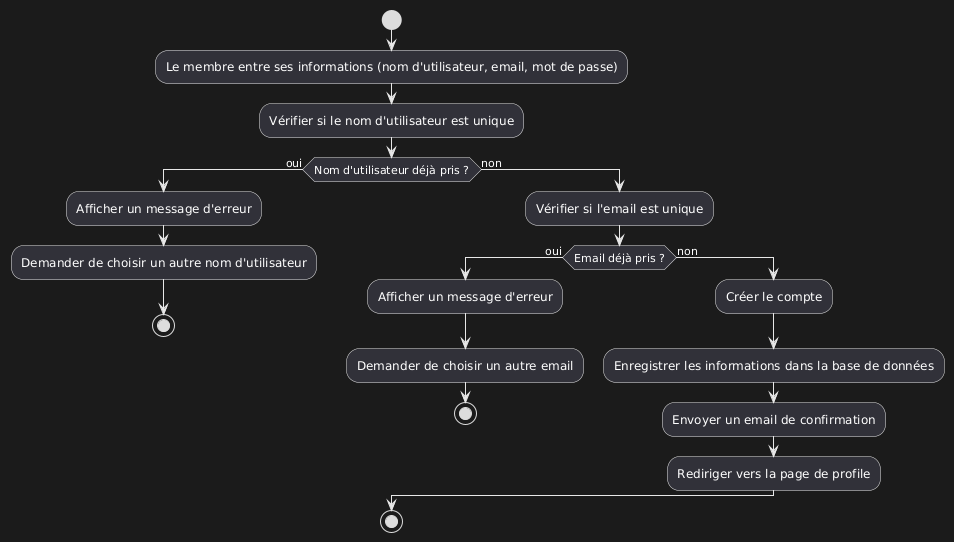
The PlantUML diagram Dossier_Technique/UML/diagram_d'activites/inscription.png in manelbenhamouda/projets-CDA, before a commit. Source of this version:
```plantuml
@startuml
start
:Le membre entre ses informations (nom d'utilisateur, email, mot de passe);
:Vérifier si le nom d'utilisateur est unique;
if (Nom d'utilisateur déjà pris ?) then (oui)
  :Afficher un message d'erreur;
  :Demander de choisir un autre nom d'utilisateur;
  stop
else (non)
  :Vérifier si l'email est unique;
  if (Email déjà pris ?) then (oui)
    :Afficher un message d'erreur;
    :Demander de choisir un autre email;
    stop
  else (non)
    :Créer le compte;
    :Enregistrer les informations dans la base de données;
    :Envoyer un email de confirmation;
    :Rediriger vers la page de profile;
  endif
endif
stop
@enduml
```
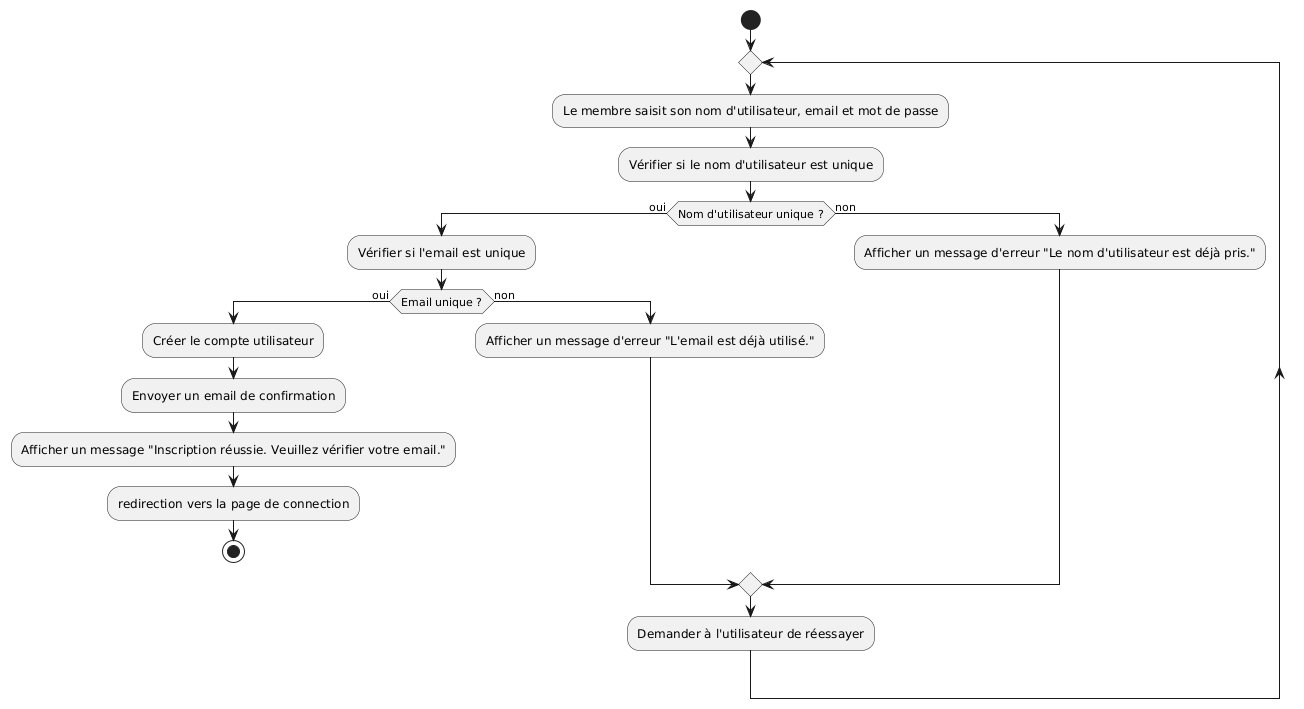
Later version of the same file.

Change to the diagram source:
```diff
@@ -1,23 +1,21 @@
 @startuml
 start
-:Le membre entre ses informations (nom d'utilisateur, email, mot de passe);
+repeat
+:Le membre saisit son nom d'utilisateur, email et mot de passe;
 :Vérifier si le nom d'utilisateur est unique;
-if (Nom d'utilisateur déjà pris ?) then (oui)
-  :Afficher un message d'erreur;
-  :Demander de choisir un autre nom d'utilisateur;
-  stop
+if (Nom d'utilisateur unique ?) then (oui)
+  :Vérifier si l'email est unique;
+  if (Email unique ?) then (oui)
+    :Créer le compte utilisateur;
+    :Envoyer un email de confirmation;
+    :Afficher un message "Inscription réussie. Veuillez vérifier votre email.";
+    :redirection vers la page de connection;
+stop
+  else (non)
+    :Afficher un message d'erreur "L'email est déjà utilisé.";
+  endif
 else (non)
-  :Vérifier si l'email est unique;
-  if (Email déjà pris ?) then (oui)
-    :Afficher un message d'erreur;
-    :Demander de choisir un autre email;
-    stop
-  else (non)
-    :Créer le compte;
-    :Enregistrer les informations dans la base de données;
-    :Envoyer un email de confirmation;
-    :Rediriger vers la page de profile;
-  endif
+  :Afficher un message d'erreur "Le nom d'utilisateur est déjà pris.";
 endif
-stop
+:Demander à l'utilisateur de réessayer;
 @enduml
```
